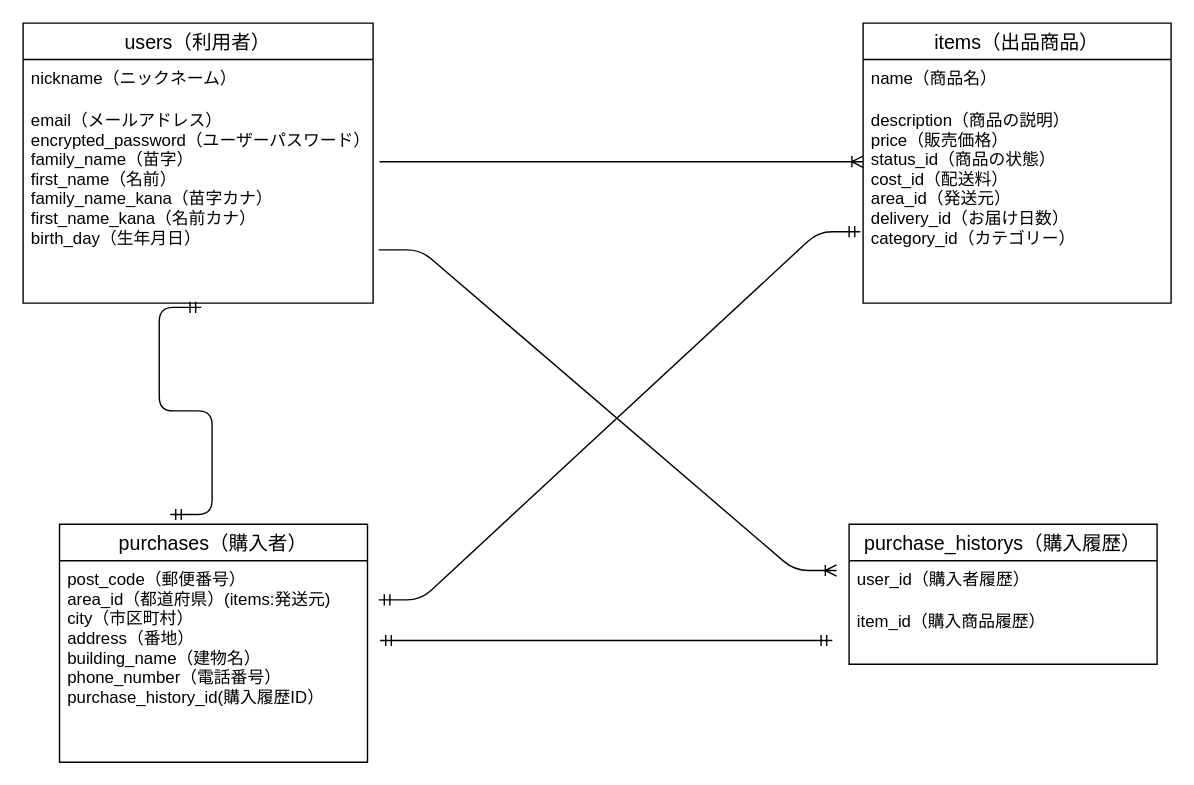
Above: page "ページ1" (1 of 2) of furima.dio in atteyo-th/furima-34412 (draw.io), before the change. Source tidied: cells renumbered, new cells numbered last; positions are measured from the earlier drawing's top-left corner, leaving out a move shared by most shapes. Both pictures are drawn from the tidied source at 140%, with x=0, y=0 at pixel (22, 22).
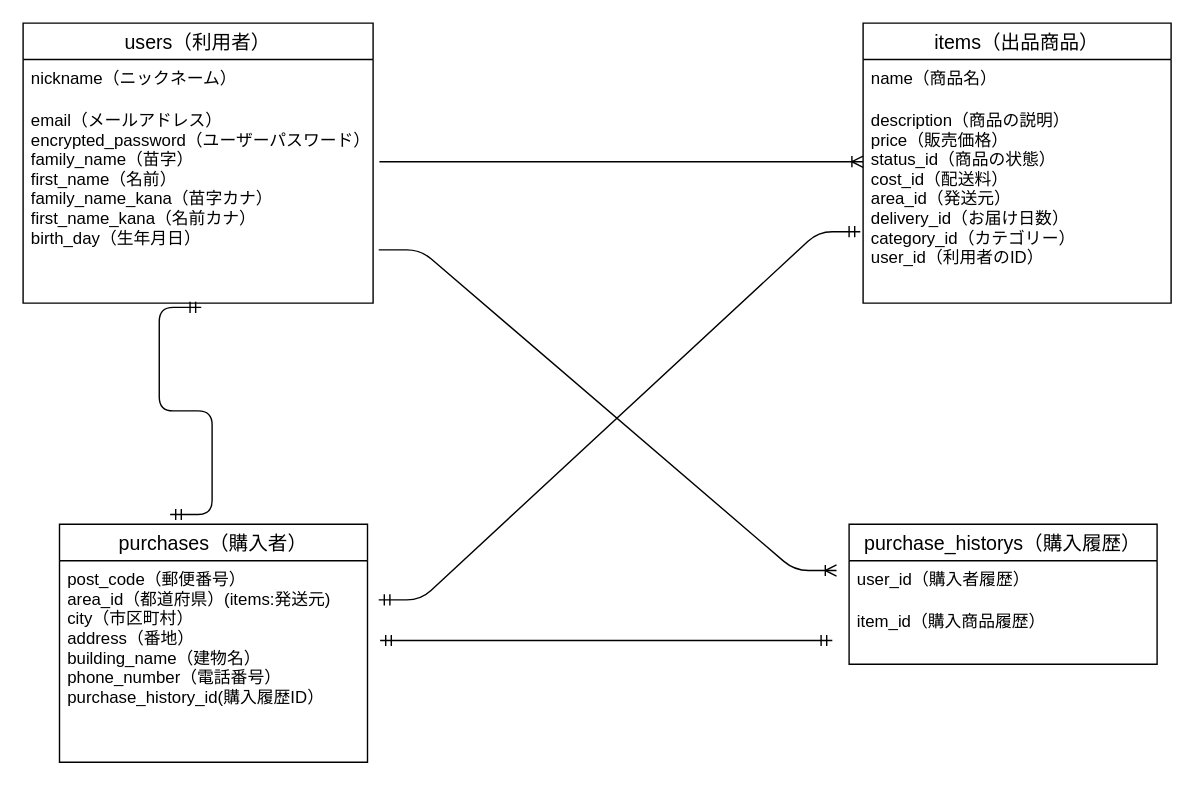
Above is the later version.

The change refers to these unchanged cells:
```xml
<mxCell id="5" value="items（出品商品）" style="swimlane;fontStyle=0;horizontal=1;startSize=26;align=center;fontSize=14;direction=east;" parent="1" vertex="1">
  <mxGeometry x="600" width="220" height="200" as="geometry" />
</mxCell>
```

Diff of the diagram source:
```diff
@@
-    <mxCell id="7" value="description（商品の説明）&#10;price（販売価格）&#10;status_id（商品の状態）&#10;cost_id（配送料）&#10;area_id（発送元）&#10;delivery_id（お届け日数）&#10;category_id（カテゴリー）&#10;&#10;&#10;&#10;" style="text;strokeColor=none;fillColor=none;spacingLeft=4;spacingRight=4;overflow=hidden;fontSize=12;" parent="5" vertex="1">
+    <mxCell id="7" value="description（商品の説明）&#10;price（販売価格）&#10;status_id（商品の状態）&#10;cost_id（配送料）&#10;area_id（発送元）&#10;delivery_id（お届け日数）&#10;category_id（カテゴリー）&#10;user_id（利用者のID）&#10;&#10;&#10;&#10;" style="text;strokeColor=none;fillColor=none;spacingLeft=4;spacingRight=4;overflow=hidden;fontSize=12;" parent="5" vertex="1">
       <mxGeometry y="56" width="220" height="144" as="geometry" />
     </mxCell>
```
